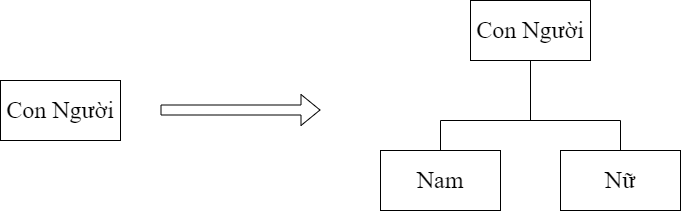
datnham0212/learning keeps this draw.io diagram as Luật thứ hai(trên xuống).png. Above is the earlier version. Source tidied: cells renumbered, new cells last; positions are measured from the earlier drawing's top-left corner, leaving out a move shared by most shapes.
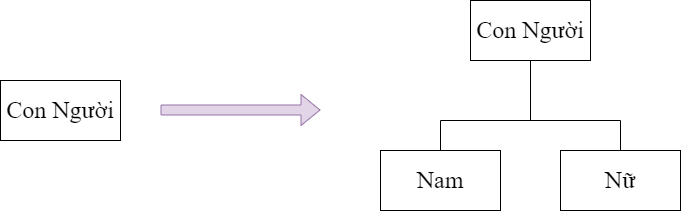
Above is the later version.

What changed in the source:
```diff
@@ -5,7 +5,7 @@
     <mxCell id="2" value="Con Người" style="rounded=0;whiteSpace=wrap;html=1;fontFamily=Times New Roman;fontSize=24;" parent="1" vertex="1">
       <mxGeometry y="80" width="120" height="60" as="geometry" />
     </mxCell>
-    <mxCell id="3" style="shape=flexArrow;endArrow=classic;html=1;rounded=0;fontFamily=Times New Roman;fontSize=24;" parent="1" edge="1">
+    <mxCell id="3" style="shape=flexArrow;endArrow=classic;html=1;rounded=0;fontFamily=Times New Roman;fontSize=24;fillColor=#e1d5e7;strokeColor=#9673a6;" parent="1" edge="1">
       <mxGeometry relative="1" as="geometry">
         <mxPoint x="160" y="109.5" as="sourcePoint" />
         <mxPoint x="320" y="109.5" as="targetPoint" />
```
